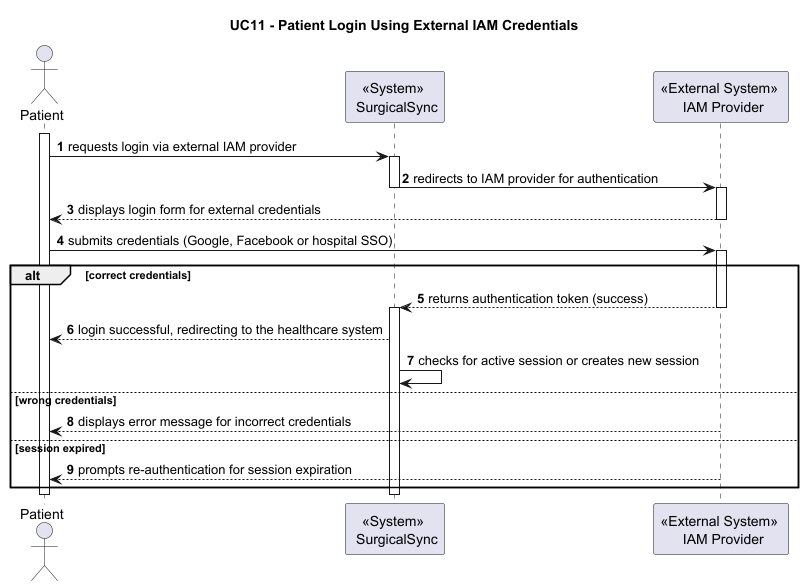
This is Wiki/SprintA/diagrams/use-cases/11-log-in-to-the-system-using-the-IAM-credentials/level1/process-view.png from MiguelCardoso77/SurgicalSync-BackEnd, a PlantUML export, as it was before one commit. Source of this version:
```plantuml
@startuml
autonumber

Title "UC11 - Patient Login Using External IAM Credentials"

actor "Patient" as P
participant "<<System>> \n SurgicalSync" as SYSTEM
participant "<<External System>> \n IAM Provider" as IAM

activate P

P -> SYSTEM: requests login via external IAM provider

    activate SYSTEM

    SYSTEM -> IAM: redirects to IAM provider for authentication

    deactivate SYSTEM

    activate IAM

    IAM --> P: displays login form for external credentials

    deactivate IAM

P -> IAM: submits credentials (Google, Facebook or hospital SSO)

    activate IAM

    alt correct credentials
        IAM --> SYSTEM: returns authentication token (success)
        deactivate IAM

        activate SYSTEM

        SYSTEM --> P: login successful, redirecting to the healthcare system

        SYSTEM -> SYSTEM: checks for active session or creates new session

    else wrong credentials
        IAM --> P: displays error message for incorrect credentials
        deactivate IAM

    else session expired
        IAM --> P: prompts re-authentication for session expiration
        deactivate IAM

    end

    deactivate SYSTEM

deactivate P

@enduml
```
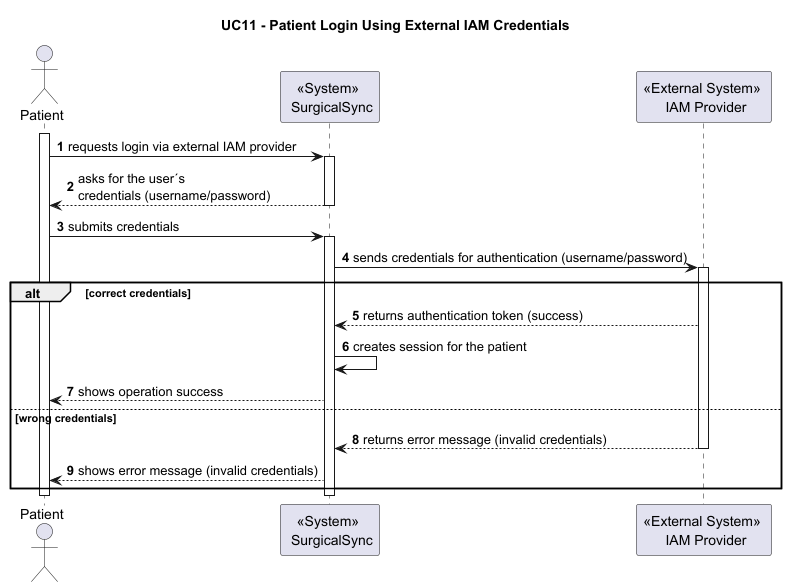
After the commit.

Commit message:
Fixing the level 1 diagram #7

What changed in the source:
```diff
@@ -13,37 +13,30 @@
 
     activate SYSTEM
 
-    SYSTEM -> IAM: redirects to IAM provider for authentication
+    SYSTEM --> P: asks for the user´s \ncredentials (username/password)
 
     deactivate SYSTEM
 
-    activate IAM
+P -> SYSTEM: submits credentials
 
-    IAM --> P: displays login form for external credentials
+    activate SYSTEM
 
-    deactivate IAM
-
-P -> IAM: submits credentials (Google, Facebook or hospital SSO)
+    SYSTEM -> IAM: sends credentials for authentication (username/password)
 
     activate IAM
 
     alt correct credentials
         IAM --> SYSTEM: returns authentication token (success)
+
+        SYSTEM -> SYSTEM: creates session for the patient
+
+        SYSTEM --> P: shows operation success
+
+    else wrong credentials
+        IAM --> SYSTEM: returns error message (invalid credentials)
         deactivate IAM
 
-        activate SYSTEM
-
-        SYSTEM --> P: login successful, redirecting to the healthcare system
-
-        SYSTEM -> SYSTEM: checks for active session or creates new session
-
-    else wrong credentials
-        IAM --> P: displays error message for incorrect credentials
-        deactivate IAM
-
-    else session expired
-        IAM --> P: prompts re-authentication for session expiration
-        deactivate IAM
+        SYSTEM --> P: shows error message (invalid credentials)
 
     end
 
```
